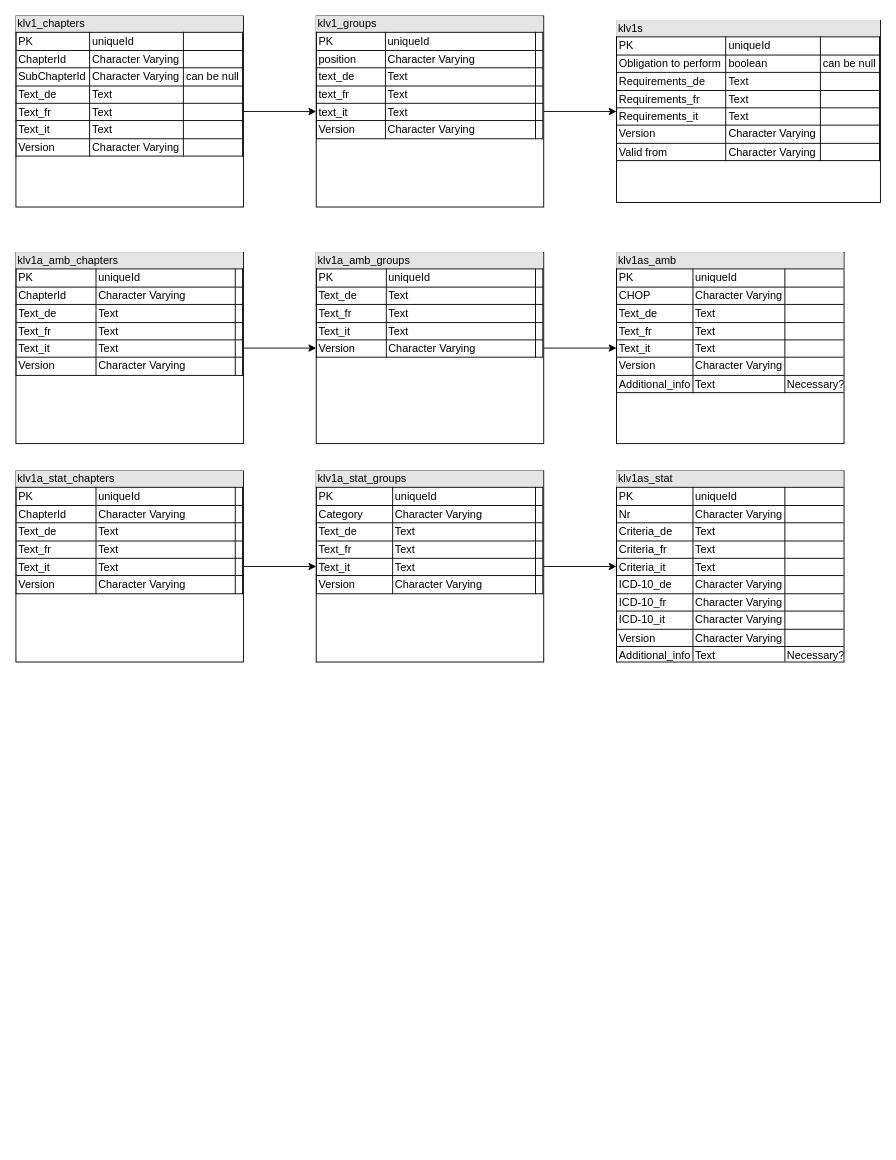
TheCodear/PSE-eonum-docrepo keeps this draw.io diagram as Dokumentation/diagrams/Untitled Diagram.drawio. Above is the earlier version. Source tidied: cells renumbered, new cells numbered last; positions are measured from the earlier drawing's top-left corner, leaving out a move shared by most shapes. Both pictures are drawn from the tidied source at 91%, with x=0, y=0 at pixel (15, 15).
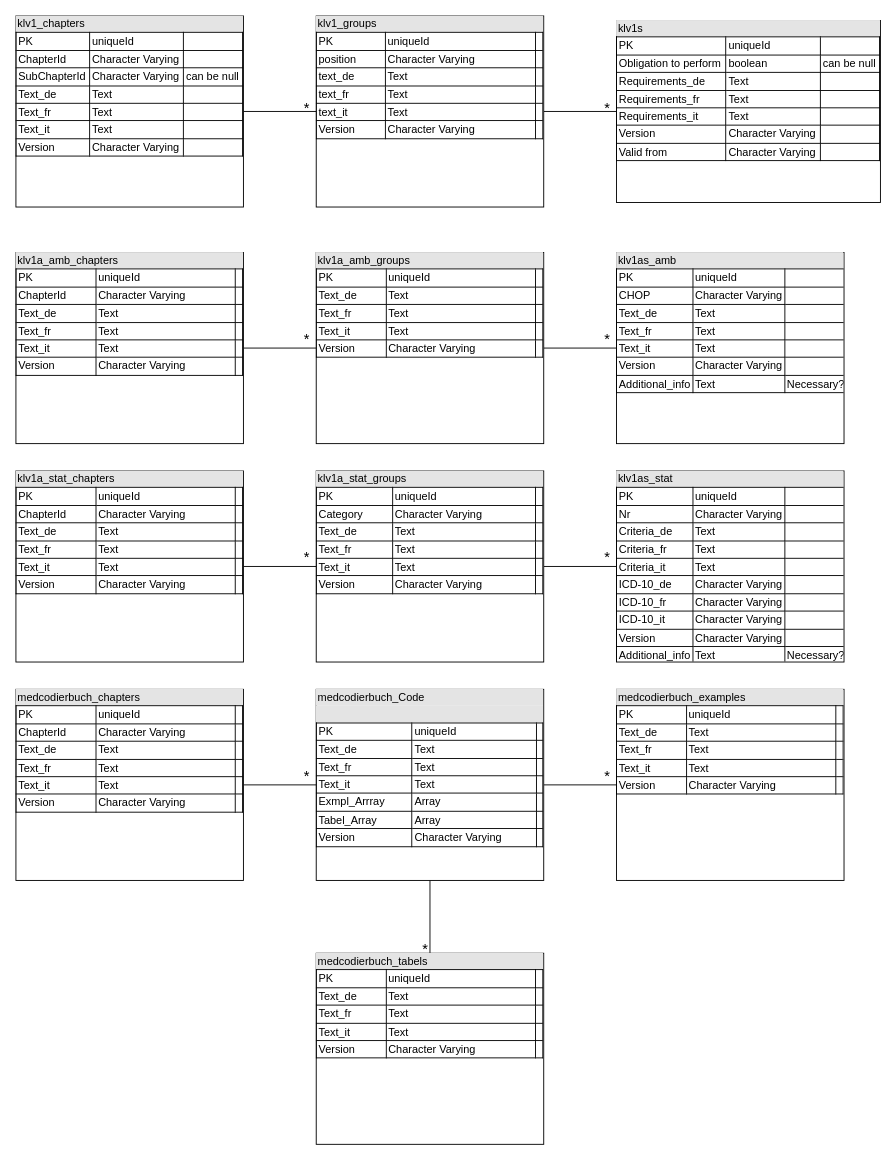
The same diagram, later.

Unchanged cells that the change refers to:
```xml
<mxCell id="3" value="&lt;div style=&quot;box-sizing: border-box ; width: 100% ; background: #e4e4e4 ; padding: 2px&quot;&gt;klv1_chapters&lt;/div&gt;&lt;table style=&quot;width: 100% ; font-size: 1em ; border: 1px solid rgb(0 , 0 , 0) ; border-collapse: collapse&quot; cellspacing=&quot;0&quot; cellpadding=&quot;2&quot; border=&quot;1&quot;&gt;&lt;tbody&gt;&lt;tr&gt;&lt;td&gt;PK&lt;/td&gt;&lt;td&gt;uniqueId&lt;/td&gt;&lt;td&gt;&lt;br&gt;&lt;/td&gt;&lt;/tr&gt;&lt;tr&gt;&lt;td&gt;ChapterId&lt;/td&gt;&lt;td&gt;Character Varying&lt;/td&gt;&lt;td&gt;&lt;br&gt;&lt;/td&gt;&lt;/tr&gt;&lt;tr&gt;&lt;td&gt;SubChapterId&lt;br&gt;&lt;/td&gt;&lt;td style=&quot;border-collapse: collapse&quot;&gt;Character Varying&lt;/td&gt;&lt;td&gt;can be null&lt;br&gt;&lt;/td&gt;&lt;/tr&gt;&lt;tr&gt;&lt;td&gt;Text_de&lt;br&gt;&lt;/td&gt;&lt;td&gt;Text&lt;br&gt;&lt;/td&gt;&lt;td&gt;&lt;br&gt;&lt;/td&gt;&lt;/tr&gt;&lt;tr&gt;&lt;td&gt;Text_fr&lt;br&gt;&lt;/td&gt;&lt;td&gt;Text&lt;br&gt;&lt;/td&gt;&lt;td&gt;&lt;br&gt;&lt;/td&gt;&lt;/tr&gt;&lt;tr&gt;&lt;td&gt;Text_it&lt;br&gt;&lt;/td&gt;&lt;td&gt;Text&lt;br&gt;&lt;/td&gt;&lt;td&gt;&lt;br&gt;&lt;/td&gt;&lt;/tr&gt;&lt;tr&gt;&lt;td&gt;Version&lt;br&gt;&lt;/td&gt;&lt;td&gt;Character Varying&lt;br&gt;&lt;/td&gt;&lt;td&gt;&lt;br&gt;&lt;/td&gt;&lt;/tr&gt;&lt;/tbody&gt;&lt;/table&gt;" style="verticalAlign=top;align=left;overflow=fill;html=1;" parent="1" vertex="1">
  <mxGeometry width="250" height="210" as="geometry" />
</mxCell>
<mxCell id="5" value="&lt;div style=&quot;box-sizing: border-box ; width: 100% ; background: #e4e4e4 ; padding: 2px&quot;&gt;klv1_groups&lt;/div&gt;&lt;table style=&quot;width: 100% ; font-size: 1em ; border: 1px solid rgb(0 , 0 , 0) ; border-collapse: collapse&quot; cellspacing=&quot;0&quot; cellpadding=&quot;2&quot; border=&quot;1&quot;&gt;&lt;tbody&gt;&lt;tr&gt;&lt;td&gt;PK&lt;/td&gt;&lt;td&gt;uniqueId&lt;/td&gt;&lt;td&gt;&lt;br&gt;&lt;/td&gt;&lt;/tr&gt;&lt;tr&gt;&lt;td&gt;position&lt;br&gt;&lt;/td&gt;&lt;td&gt;Character Varying&lt;br&gt;&lt;/td&gt;&lt;td&gt;&lt;br&gt;&lt;/td&gt;&lt;/tr&gt;&lt;tr&gt;&lt;td&gt;text_de&lt;br&gt;&lt;/td&gt;&lt;td style=&quot;border-collapse: collapse&quot;&gt;Text&lt;br&gt;&lt;/td&gt;&lt;td&gt;&lt;br&gt;&lt;/td&gt;&lt;/tr&gt;&lt;tr&gt;&lt;td&gt;text_fr&lt;br&gt;&lt;/td&gt;&lt;td&gt;Text&lt;br&gt;&lt;/td&gt;&lt;td&gt;&lt;br&gt;&lt;/td&gt;&lt;/tr&gt;&lt;tr&gt;&lt;td&gt;text_it&lt;br&gt;&lt;/td&gt;&lt;td&gt;Text&lt;br&gt;&lt;/td&gt;&lt;td&gt;&lt;br&gt;&lt;/td&gt;&lt;/tr&gt;&lt;tr&gt;&lt;td&gt;Version&lt;br&gt;&lt;/td&gt;&lt;td&gt;Character Varying&lt;br&gt;&lt;/td&gt;&lt;td&gt;&lt;br&gt;&lt;/td&gt;&lt;/tr&gt;&lt;/tbody&gt;&lt;/table&gt;" style="verticalAlign=top;align=left;overflow=fill;html=1;" parent="1" vertex="1">
  <mxGeometry x="330" width="250" height="210" as="geometry" />
</mxCell>
<mxCell id="6" value="&lt;div style=&quot;box-sizing: border-box ; width: 100% ; background: #e4e4e4 ; padding: 2px&quot;&gt;klv1s&lt;/div&gt;&lt;table style=&quot;width: 100% ; font-size: 1em ; border: 1px solid rgb(0 , 0 , 0) ; border-collapse: collapse&quot; cellspacing=&quot;0&quot; cellpadding=&quot;2&quot; border=&quot;1&quot;&gt;&lt;tbody&gt;&lt;tr&gt;&lt;td&gt;PK&lt;/td&gt;&lt;td&gt;uniqueId&lt;/td&gt;&lt;td&gt;&lt;br&gt;&lt;/td&gt;&lt;/tr&gt;&lt;tr&gt;&lt;td&gt;Obligation to perform&lt;br&gt;&lt;/td&gt;&lt;td&gt;boolean&lt;br&gt;&lt;/td&gt;&lt;td&gt;can be null&lt;br&gt;&lt;/td&gt;&lt;/tr&gt;&lt;tr&gt;&lt;td&gt;Requirements_de&lt;br&gt;&lt;/td&gt;&lt;td style=&quot;border-collapse: collapse&quot;&gt;Text&lt;br&gt;&lt;/td&gt;&lt;td&gt;&lt;br&gt;&lt;/td&gt;&lt;/tr&gt;&lt;tr&gt;&lt;td&gt;Requirements_fr&lt;br&gt;&lt;/td&gt;&lt;td&gt;Text&lt;br&gt;&lt;/td&gt;&lt;td&gt;&lt;br&gt;&lt;/td&gt;&lt;/tr&gt;&lt;tr&gt;&lt;td&gt;Requirements_it&lt;br&gt;&lt;/td&gt;&lt;td&gt;Text&lt;br&gt;&lt;/td&gt;&lt;td&gt;&lt;br&gt;&lt;/td&gt;&lt;/tr&gt;&lt;tr&gt;&lt;td&gt;Version&lt;br&gt;&lt;/td&gt;&lt;td&gt;Character Varying&lt;br&gt;&lt;/td&gt;&lt;td&gt;&lt;br&gt;&lt;/td&gt;&lt;/tr&gt;&lt;tr&gt;&lt;td&gt;Valid from&lt;br&gt;&lt;/td&gt;&lt;td&gt;Character Varying&lt;br&gt;&lt;/td&gt;&lt;td&gt;&lt;br&gt;&lt;/td&gt;&lt;/tr&gt;&lt;/tbody&gt;&lt;/table&gt;" style="verticalAlign=top;align=left;overflow=fill;html=1;" parent="1" vertex="1">
  <mxGeometry x="660" y="5" width="290" height="200" as="geometry" />
</mxCell>
<mxCell id="8" value="&lt;div style=&quot;box-sizing: border-box ; width: 100% ; background: #e4e4e4 ; padding: 2px&quot;&gt;klv1a_amb_chapters&lt;/div&gt;&lt;table style=&quot;width: 100% ; font-size: 1em ; border: 1px solid rgb(0 , 0 , 0) ; border-collapse: collapse&quot; cellspacing=&quot;0&quot; cellpadding=&quot;2&quot; border=&quot;1&quot;&gt;&lt;tbody&gt;&lt;tr&gt;&lt;td&gt;PK&lt;/td&gt;&lt;td&gt;uniqueId&lt;/td&gt;&lt;td&gt;&lt;br&gt;&lt;/td&gt;&lt;/tr&gt;&lt;tr&gt;&lt;td&gt;ChapterId&lt;/td&gt;&lt;td&gt;Character Varying&lt;/td&gt;&lt;td&gt;&lt;br&gt;&lt;/td&gt;&lt;/tr&gt;&lt;tr&gt;&lt;td&gt;Text_de&lt;br&gt;&lt;/td&gt;&lt;td&gt;Text&lt;br&gt;&lt;/td&gt;&lt;td&gt;&lt;br&gt;&lt;/td&gt;&lt;/tr&gt;&lt;tr&gt;&lt;td&gt;Text_fr&lt;br&gt;&lt;/td&gt;&lt;td&gt;Text&lt;br&gt;&lt;/td&gt;&lt;td&gt;&lt;br&gt;&lt;/td&gt;&lt;/tr&gt;&lt;tr&gt;&lt;td&gt;Text_it&lt;br&gt;&lt;/td&gt;&lt;td&gt;Text&lt;br&gt;&lt;/td&gt;&lt;td&gt;&lt;br&gt;&lt;/td&gt;&lt;/tr&gt;&lt;tr&gt;&lt;td&gt;Version&lt;br&gt;&lt;/td&gt;&lt;td&gt;Character Varying&lt;br&gt;&lt;/td&gt;&lt;td&gt;&lt;br&gt;&lt;/td&gt;&lt;/tr&gt;&lt;/tbody&gt;&lt;/table&gt;" style="verticalAlign=top;align=left;overflow=fill;html=1;" parent="1" vertex="1">
  <mxGeometry y="260" width="250" height="210" as="geometry" />
</mxCell>
<mxCell id="10" value="&lt;div style=&quot;box-sizing: border-box ; width: 100% ; background: #e4e4e4 ; padding: 2px&quot;&gt;klv1a_amb_groups&lt;/div&gt;&lt;table style=&quot;width: 100% ; font-size: 1em ; border: 1px solid rgb(0 , 0 , 0) ; border-collapse: collapse&quot; cellspacing=&quot;0&quot; cellpadding=&quot;2&quot; border=&quot;1&quot;&gt;&lt;tbody&gt;&lt;tr&gt;&lt;td&gt;PK&lt;/td&gt;&lt;td&gt;uniqueId&lt;/td&gt;&lt;td&gt;&lt;br&gt;&lt;/td&gt;&lt;/tr&gt;&lt;tr&gt;&lt;td&gt;Text_de&lt;br&gt;&lt;/td&gt;&lt;td&gt;Text&lt;br&gt;&lt;/td&gt;&lt;td&gt;&lt;br&gt;&lt;/td&gt;&lt;/tr&gt;&lt;tr&gt;&lt;td&gt;Text_fr&lt;br&gt;&lt;/td&gt;&lt;td&gt;Text&lt;br&gt;&lt;/td&gt;&lt;td&gt;&lt;br&gt;&lt;/td&gt;&lt;/tr&gt;&lt;tr&gt;&lt;td&gt;Text_it&lt;br&gt;&lt;/td&gt;&lt;td&gt;Text&lt;br&gt;&lt;/td&gt;&lt;td&gt;&lt;br&gt;&lt;/td&gt;&lt;/tr&gt;&lt;tr&gt;&lt;td&gt;Version&lt;br&gt;&lt;/td&gt;&lt;td&gt;Character Varying&lt;br&gt;&lt;/td&gt;&lt;td&gt;&lt;br&gt;&lt;/td&gt;&lt;/tr&gt;&lt;/tbody&gt;&lt;/table&gt;" style="verticalAlign=top;align=left;overflow=fill;html=1;" parent="1" vertex="1">
  <mxGeometry x="330" y="260" width="250" height="210" as="geometry" />
</mxCell>
<mxCell id="11" value="&lt;div style=&quot;box-sizing: border-box ; width: 100% ; background: #e4e4e4 ; padding: 2px&quot;&gt;klv1as_amb&lt;/div&gt;&lt;table style=&quot;width: 100% ; font-size: 1em ; border: 1px solid rgb(0 , 0 , 0) ; border-collapse: collapse&quot; cellspacing=&quot;0&quot; cellpadding=&quot;2&quot; border=&quot;1&quot;&gt;&lt;tbody&gt;&lt;tr&gt;&lt;td&gt;PK&lt;/td&gt;&lt;td&gt;uniqueId&lt;/td&gt;&lt;td&gt;&lt;br&gt;&lt;/td&gt;&lt;/tr&gt;&lt;tr&gt;&lt;td&gt;CHOP&lt;br&gt;&lt;/td&gt;&lt;td&gt;Character Varying&lt;br&gt;&lt;/td&gt;&lt;td&gt;&lt;br&gt;&lt;/td&gt;&lt;/tr&gt;&lt;tr&gt;&lt;td&gt;Text_de&lt;br&gt;&lt;/td&gt;&lt;td&gt;Text&lt;br&gt;&lt;/td&gt;&lt;td&gt;&lt;br&gt;&lt;/td&gt;&lt;/tr&gt;&lt;tr&gt;&lt;td&gt;Text_fr&lt;br&gt;&lt;/td&gt;&lt;td&gt;Text&lt;br&gt;&lt;/td&gt;&lt;td&gt;&lt;br&gt;&lt;/td&gt;&lt;/tr&gt;&lt;tr&gt;&lt;td&gt;Text_it&lt;br&gt;&lt;/td&gt;&lt;td&gt;Text&lt;br&gt;&lt;/td&gt;&lt;td&gt;&lt;br&gt;&lt;/td&gt;&lt;/tr&gt;&lt;tr&gt;&lt;td&gt;Version&lt;br&gt;&lt;/td&gt;&lt;td&gt;Character Varying&lt;br&gt;&lt;/td&gt;&lt;td&gt;&lt;br&gt;&lt;/td&gt;&lt;/tr&gt;&lt;tr&gt;&lt;td&gt;Additional_info&lt;br&gt;&lt;/td&gt;&lt;td&gt;Text&lt;br&gt;&lt;/td&gt;&lt;td&gt;Necessary?&lt;br&gt;&lt;/td&gt;&lt;/tr&gt;&lt;/tbody&gt;&lt;/table&gt;" style="verticalAlign=top;align=left;overflow=fill;html=1;" parent="1" vertex="1">
  <mxGeometry x="660" y="260" width="250" height="210" as="geometry" />
</mxCell>
<mxCell id="13" value="&lt;div style=&quot;box-sizing: border-box ; width: 100% ; background: #e4e4e4 ; padding: 2px&quot;&gt;klv1a_stat_chapters&lt;/div&gt;&lt;table style=&quot;width: 100% ; font-size: 1em ; border: 1px solid rgb(0 , 0 , 0) ; border-collapse: collapse&quot; cellspacing=&quot;0&quot; cellpadding=&quot;2&quot; border=&quot;1&quot;&gt;&lt;tbody&gt;&lt;tr&gt;&lt;td&gt;PK&lt;/td&gt;&lt;td&gt;uniqueId&lt;/td&gt;&lt;td&gt;&lt;br&gt;&lt;/td&gt;&lt;/tr&gt;&lt;tr&gt;&lt;td&gt;ChapterId&lt;/td&gt;&lt;td&gt;Character Varying&lt;/td&gt;&lt;td&gt;&lt;br&gt;&lt;/td&gt;&lt;/tr&gt;&lt;tr&gt;&lt;td&gt;Text_de&lt;br&gt;&lt;/td&gt;&lt;td&gt;Text&lt;br&gt;&lt;/td&gt;&lt;td&gt;&lt;br&gt;&lt;/td&gt;&lt;/tr&gt;&lt;tr&gt;&lt;td&gt;Text_fr&lt;br&gt;&lt;/td&gt;&lt;td&gt;Text&lt;br&gt;&lt;/td&gt;&lt;td&gt;&lt;br&gt;&lt;/td&gt;&lt;/tr&gt;&lt;tr&gt;&lt;td&gt;Text_it&lt;br&gt;&lt;/td&gt;&lt;td&gt;Text&lt;br&gt;&lt;/td&gt;&lt;td&gt;&lt;br&gt;&lt;/td&gt;&lt;/tr&gt;&lt;tr&gt;&lt;td&gt;Version&lt;br&gt;&lt;/td&gt;&lt;td&gt;Character Varying&lt;br&gt;&lt;/td&gt;&lt;td&gt;&lt;br&gt;&lt;/td&gt;&lt;/tr&gt;&lt;/tbody&gt;&lt;/table&gt;" style="verticalAlign=top;align=left;overflow=fill;html=1;" parent="1" vertex="1">
  <mxGeometry y="500" width="250" height="210" as="geometry" />
</mxCell>
<mxCell id="15" value="&lt;div style=&quot;box-sizing: border-box ; width: 100% ; background: #e4e4e4 ; padding: 2px&quot;&gt;klv1a_stat_groups&lt;/div&gt;&lt;table style=&quot;width: 100% ; font-size: 1em ; border: 1px solid rgb(0 , 0 , 0) ; border-collapse: collapse&quot; cellspacing=&quot;0&quot; cellpadding=&quot;2&quot; border=&quot;1&quot;&gt;&lt;tbody&gt;&lt;tr&gt;&lt;td&gt;PK&lt;/td&gt;&lt;td&gt;uniqueId&lt;/td&gt;&lt;td&gt;&lt;br&gt;&lt;/td&gt;&lt;/tr&gt;&lt;tr&gt;&lt;td&gt;Category&lt;br&gt;&lt;/td&gt;&lt;td&gt;Character Varying&lt;br&gt;&lt;/td&gt;&lt;td&gt;&lt;br&gt;&lt;/td&gt;&lt;/tr&gt;&lt;tr&gt;&lt;td&gt;Text_de&lt;br&gt;&lt;/td&gt;&lt;td&gt;Text&lt;br&gt;&lt;/td&gt;&lt;td&gt;&lt;br&gt;&lt;/td&gt;&lt;/tr&gt;&lt;tr&gt;&lt;td&gt;Text_fr&lt;br&gt;&lt;/td&gt;&lt;td&gt;Text&lt;br&gt;&lt;/td&gt;&lt;td&gt;&lt;br&gt;&lt;/td&gt;&lt;/tr&gt;&lt;tr&gt;&lt;td&gt;Text_it&lt;br&gt;&lt;/td&gt;&lt;td&gt;Text&lt;br&gt;&lt;/td&gt;&lt;td&gt;&lt;br&gt;&lt;/td&gt;&lt;/tr&gt;&lt;tr&gt;&lt;td&gt;Version&lt;br&gt;&lt;/td&gt;&lt;td&gt;Character Varying&lt;br&gt;&lt;/td&gt;&lt;td&gt;&lt;br&gt;&lt;/td&gt;&lt;/tr&gt;&lt;/tbody&gt;&lt;/table&gt;" style="verticalAlign=top;align=left;overflow=fill;html=1;" parent="1" vertex="1">
  <mxGeometry x="330" y="500" width="250" height="210" as="geometry" />
</mxCell>
<mxCell id="16" value="&lt;div style=&quot;box-sizing: border-box ; width: 100% ; background: #e4e4e4 ; padding: 2px&quot;&gt;klv1as_stat&lt;/div&gt;&lt;table style=&quot;width: 100% ; font-size: 1em ; border: 1px solid rgb(0 , 0 , 0) ; border-collapse: collapse&quot; cellspacing=&quot;0&quot; cellpadding=&quot;2&quot; border=&quot;1&quot;&gt;&lt;tbody&gt;&lt;tr&gt;&lt;td&gt;PK&lt;/td&gt;&lt;td&gt;uniqueId&lt;/td&gt;&lt;td&gt;&lt;br&gt;&lt;/td&gt;&lt;/tr&gt;&lt;tr&gt;&lt;td&gt;Nr&lt;br&gt;&lt;/td&gt;&lt;td&gt;Character Varying&lt;br&gt;&lt;/td&gt;&lt;td&gt;&lt;br&gt;&lt;/td&gt;&lt;/tr&gt;&lt;tr&gt;&lt;td&gt;Criteria_de&lt;br&gt;&lt;/td&gt;&lt;td&gt;Text&lt;br&gt;&lt;/td&gt;&lt;td&gt;&lt;br&gt;&lt;/td&gt;&lt;/tr&gt;&lt;tr&gt;&lt;td&gt;Criteria_fr&lt;/td&gt;&lt;td&gt;Text&lt;br&gt;&lt;/td&gt;&lt;td&gt;&lt;br&gt;&lt;/td&gt;&lt;/tr&gt;&lt;tr&gt;&lt;td&gt;Criteria_it&lt;/td&gt;&lt;td&gt;Text&lt;br&gt;&lt;/td&gt;&lt;td&gt;&lt;br&gt;&lt;/td&gt;&lt;/tr&gt;&lt;tr&gt;&lt;td&gt;ICD-10_de&lt;br&gt;&lt;/td&gt;&lt;td&gt;Character Varying&lt;br&gt;&lt;/td&gt;&lt;td&gt;&lt;br&gt;&lt;/td&gt;&lt;/tr&gt;&lt;tr&gt;&lt;td&gt;ICD-10_fr&lt;/td&gt;&lt;td&gt;Character Varying&lt;/td&gt;&lt;td&gt;&lt;br&gt;&lt;/td&gt;&lt;/tr&gt;&lt;tr&gt;&lt;td&gt;ICD-10_it&lt;/td&gt;&lt;td&gt;Character Varying&lt;/td&gt;&lt;td&gt;&lt;br&gt;&lt;/td&gt;&lt;/tr&gt;&lt;tr&gt;&lt;td&gt;Version&lt;br&gt;&lt;/td&gt;&lt;td&gt;Character Varying&lt;br&gt;&lt;/td&gt;&lt;td&gt;&lt;br&gt;&lt;/td&gt;&lt;/tr&gt;&lt;tr&gt;&lt;td&gt;Additional_info&lt;/td&gt;&lt;td&gt;Text&lt;br&gt;&lt;/td&gt;&lt;td&gt;Necessary?&lt;/td&gt;&lt;/tr&gt;&lt;/tbody&gt;&lt;/table&gt;" style="verticalAlign=top;align=left;overflow=fill;html=1;" parent="1" vertex="1">
  <mxGeometry x="660" y="500" width="250" height="210" as="geometry" />
</mxCell>
```

Change to the diagram source:
```diff
@@
-    <mxCell id="2" style="edgeStyle=orthogonalEdgeStyle;rounded=0;jettySize=auto;html=1;" parent="1" edge="1" source="3" target="5">
+    <mxCell id="2" style="edgeStyle=orthogonalEdgeStyle;rounded=0;jettySize=auto;html=1;endArrow=none;endFill=0;" parent="1" edge="1" source="3" target="5">
       <mxGeometry relative="1" as="geometry" />
     </mxCell>
@@
-    <mxCell id="4" style="edgeStyle=orthogonalEdgeStyle;rounded=0;jettySize=auto;html=1;" parent="1" edge="1" source="5" target="6">
+    <mxCell id="4" style="edgeStyle=orthogonalEdgeStyle;rounded=0;jettySize=auto;html=1;endArrow=none;endFill=0;" parent="1" edge="1" source="5" target="6">
       <mxGeometry relative="1" as="geometry" />
     </mxCell>
@@
-    <mxCell id="7" style="edgeStyle=orthogonalEdgeStyle;rounded=0;jettySize=auto;html=1;" parent="1" edge="1" source="8" target="10">
+    <mxCell id="7" style="edgeStyle=orthogonalEdgeStyle;rounded=0;jettySize=auto;html=1;endArrow=none;endFill=0;" parent="1" edge="1" source="8" target="10">
       <mxGeometry relative="1" as="geometry" />
     </mxCell>
@@
-    <mxCell id="9" style="edgeStyle=orthogonalEdgeStyle;rounded=0;jettySize=auto;html=1;" parent="1" edge="1" source="10" target="11">
+    <mxCell id="9" style="edgeStyle=orthogonalEdgeStyle;rounded=0;jettySize=auto;html=1;endArrow=none;endFill=0;" parent="1" edge="1" source="10" target="11">
       <mxGeometry relative="1" as="geometry" />
     </mxCell>
@@
-    <mxCell id="12" style="edgeStyle=orthogonalEdgeStyle;rounded=0;jettySize=auto;html=1;" parent="1" edge="1" source="13" target="15">
+    <mxCell id="12" style="edgeStyle=orthogonalEdgeStyle;rounded=0;jettySize=auto;html=1;endArrow=none;endFill=0;" parent="1" edge="1" source="13" target="15">
       <mxGeometry relative="1" as="geometry" />
     </mxCell>
@@
-    <mxCell id="14" style="edgeStyle=orthogonalEdgeStyle;rounded=0;jettySize=auto;html=1;" parent="1" edge="1" source="15" target="16">
+    <mxCell id="14" style="edgeStyle=orthogonalEdgeStyle;rounded=0;jettySize=auto;html=1;endArrow=none;endFill=0;" parent="1" edge="1" source="15" target="16">
       <mxGeometry relative="1" as="geometry" />
     </mxCell>
@@
+    <mxCell id="17" style="edgeStyle=orthogonalEdgeStyle;rounded=0;jettySize=auto;html=1;endArrow=none;endFill=0;" parent="1" edge="1" source="18" target="21">
+      <mxGeometry relative="1" as="geometry" />
+    </mxCell>
+    <mxCell id="18" value="&lt;div style=&quot;box-sizing: border-box ; width: 100% ; background: #e4e4e4 ; padding: 2px&quot;&gt;medcodierbuch_chapters&lt;/div&gt;&lt;table style=&quot;width: 100% ; font-size: 1em ; border: 1px solid rgb(0 , 0 , 0) ; border-collapse: collapse&quot; cellspacing=&quot;0&quot; cellpadding=&quot;2&quot; border=&quot;1&quot;&gt;&lt;tbody&gt;&lt;tr&gt;&lt;td&gt;PK&lt;/td&gt;&lt;td&gt;uniqueId&lt;/td&gt;&lt;td&gt;&lt;br&gt;&lt;/td&gt;&lt;/tr&gt;&lt;tr&gt;&lt;td&gt;ChapterId&lt;/td&gt;&lt;td&gt;Character Varying&lt;/td&gt;&lt;td&gt;&lt;br&gt;&lt;/td&gt;&lt;/tr&gt;&lt;tr&gt;&lt;td&gt;Text_de&lt;br&gt;&lt;/td&gt;&lt;td&gt;Text&lt;br&gt;&lt;/td&gt;&lt;td&gt;&lt;br&gt;&lt;/td&gt;&lt;/tr&gt;&lt;tr&gt;&lt;td&gt;Text_fr&lt;br&gt;&lt;/td&gt;&lt;td&gt;Text&lt;br&gt;&lt;/td&gt;&lt;td&gt;&lt;br&gt;&lt;/td&gt;&lt;/tr&gt;&lt;tr&gt;&lt;td&gt;Text_it&lt;br&gt;&lt;/td&gt;&lt;td&gt;Text&lt;br&gt;&lt;/td&gt;&lt;td&gt;&lt;br&gt;&lt;/td&gt;&lt;/tr&gt;&lt;tr&gt;&lt;td&gt;Version&lt;br&gt;&lt;/td&gt;&lt;td&gt;Character Varying&lt;br&gt;&lt;/td&gt;&lt;td&gt;&lt;br&gt;&lt;/td&gt;&lt;/tr&gt;&lt;/tbody&gt;&lt;/table&gt;" style="verticalAlign=top;align=left;overflow=fill;html=1;" parent="1" vertex="1">
+      <mxGeometry y="740" width="250" height="210" as="geometry" />
+    </mxCell>
+    <mxCell id="19" style="edgeStyle=orthogonalEdgeStyle;rounded=0;jettySize=auto;html=1;endArrow=none;endFill=0;" parent="1" edge="1" source="21" target="22">
+      <mxGeometry relative="1" as="geometry" />
+    </mxCell>
+    <mxCell id="20" style="edgeStyle=orthogonalEdgeStyle;rounded=0;jettySize=auto;html=1;endArrow=none;endFill=0;" parent="1" edge="1" source="21" target="23">
+      <mxGeometry relative="1" as="geometry" />
+    </mxCell>
+    <mxCell id="21" value="&lt;div style=&quot;box-sizing: border-box ; width: 100% ; background: #e4e4e4 ; padding: 2px&quot;&gt;medcodierbuch_Code&lt;/div&gt;&lt;div style=&quot;box-sizing: border-box ; width: 100% ; background: #e4e4e4 ; padding: 2px&quot;&gt;&lt;br&gt;&lt;/div&gt;&lt;table style=&quot;width: 100% ; font-size: 1em ; border: 1px solid rgb(0 , 0 , 0) ; border-collapse: collapse&quot; cellspacing=&quot;0&quot; cellpadding=&quot;2&quot; border=&quot;1&quot;&gt;&lt;tbody&gt;&lt;tr&gt;&lt;td&gt;PK&lt;/td&gt;&lt;td&gt;uniqueId&lt;/td&gt;&lt;td&gt;&lt;br&gt;&lt;/td&gt;&lt;/tr&gt;&lt;tr&gt;&lt;td&gt;Text_de&lt;br&gt;&lt;/td&gt;&lt;td&gt;Text&lt;br&gt;&lt;/td&gt;&lt;td&gt;&lt;br&gt;&lt;/td&gt;&lt;/tr&gt;&lt;tr&gt;&lt;td&gt;Text_fr&lt;br&gt;&lt;/td&gt;&lt;td&gt;Text&lt;br&gt;&lt;/td&gt;&lt;td&gt;&lt;br&gt;&lt;/td&gt;&lt;/tr&gt;&lt;tr&gt;&lt;td&gt;Text_it&lt;br&gt;&lt;/td&gt;&lt;td&gt;Text&lt;br&gt;&lt;/td&gt;&lt;td&gt;&lt;br&gt;&lt;/td&gt;&lt;/tr&gt;&lt;tr&gt;&lt;td&gt;Exmpl_Arrray&lt;br&gt;&lt;/td&gt;&lt;td&gt;Array&lt;br&gt;&lt;/td&gt;&lt;td&gt;&lt;br&gt;&lt;/td&gt;&lt;/tr&gt;&lt;tr&gt;&lt;td&gt;Tabel_Array&lt;br&gt;&lt;/td&gt;&lt;td&gt;Array&lt;br&gt;&lt;/td&gt;&lt;td&gt;&lt;br&gt;&lt;/td&gt;&lt;/tr&gt;&lt;tr&gt;&lt;td&gt;Version&lt;br&gt;&lt;/td&gt;&lt;td&gt;Character Varying&lt;br&gt;&lt;/td&gt;&lt;td&gt;&lt;br&gt;&lt;/td&gt;&lt;/tr&gt;&lt;/tbody&gt;&lt;/table&gt;" style="verticalAlign=top;align=left;overflow=fill;html=1;" parent="1" vertex="1">
+      <mxGeometry x="330" y="740" width="250" height="210" as="geometry" />
+    </mxCell>
+    <mxCell id="22" value="&lt;div style=&quot;box-sizing: border-box ; width: 100% ; background: #e4e4e4 ; padding: 2px&quot;&gt;medcodierbuch_examples&lt;/div&gt;&lt;table style=&quot;width: 100% ; font-size: 1em ; border: 1px solid rgb(0 , 0 , 0) ; border-collapse: collapse&quot; cellspacing=&quot;0&quot; cellpadding=&quot;2&quot; border=&quot;1&quot;&gt;&lt;tbody&gt;&lt;tr&gt;&lt;td&gt;PK&lt;/td&gt;&lt;td&gt;uniqueId&lt;/td&gt;&lt;td&gt;&lt;br&gt;&lt;/td&gt;&lt;/tr&gt;&lt;tr&gt;&lt;td&gt;Text_de&lt;br&gt;&lt;/td&gt;&lt;td&gt;Text&lt;br&gt;&lt;/td&gt;&lt;td&gt;&lt;br&gt;&lt;/td&gt;&lt;/tr&gt;&lt;tr&gt;&lt;td&gt;Text_fr&lt;br&gt;&lt;/td&gt;&lt;td&gt;Text&lt;br&gt;&lt;/td&gt;&lt;td&gt;&lt;br&gt;&lt;/td&gt;&lt;/tr&gt;&lt;tr&gt;&lt;td&gt;Text_it&lt;br&gt;&lt;/td&gt;&lt;td&gt;Text&lt;br&gt;&lt;/td&gt;&lt;td&gt;&lt;br&gt;&lt;/td&gt;&lt;/tr&gt;&lt;tr&gt;&lt;td&gt;Version&lt;br&gt;&lt;/td&gt;&lt;td&gt;Character Varying&lt;br&gt;&lt;/td&gt;&lt;td&gt;&lt;br&gt;&lt;/td&gt;&lt;/tr&gt;&lt;/tbody&gt;&lt;/table&gt;" style="verticalAlign=top;align=left;overflow=fill;html=1;" parent="1" vertex="1">
+      <mxGeometry x="660" y="740" width="250" height="210" as="geometry" />
+    </mxCell>
+    <mxCell id="23" value="&lt;div style=&quot;box-sizing: border-box ; width: 100% ; background: #e4e4e4 ; padding: 2px&quot;&gt;medcodierbuch_tabels&lt;/div&gt;&lt;table style=&quot;width: 100% ; font-size: 1em ; border: 1px solid rgb(0 , 0 , 0) ; border-collapse: collapse&quot; cellspacing=&quot;0&quot; cellpadding=&quot;2&quot; border=&quot;1&quot;&gt;&lt;tbody&gt;&lt;tr&gt;&lt;td&gt;PK&lt;/td&gt;&lt;td&gt;uniqueId&lt;/td&gt;&lt;td&gt;&lt;br&gt;&lt;/td&gt;&lt;/tr&gt;&lt;tr&gt;&lt;td&gt;Text_de&lt;br&gt;&lt;/td&gt;&lt;td&gt;Text&lt;br&gt;&lt;/td&gt;&lt;td&gt;&lt;br&gt;&lt;/td&gt;&lt;/tr&gt;&lt;tr&gt;&lt;td&gt;Text_fr&lt;br&gt;&lt;/td&gt;&lt;td&gt;Text&lt;br&gt;&lt;/td&gt;&lt;td&gt;&lt;br&gt;&lt;/td&gt;&lt;/tr&gt;&lt;tr&gt;&lt;td&gt;Text_it&lt;br&gt;&lt;/td&gt;&lt;td&gt;Text&lt;br&gt;&lt;/td&gt;&lt;td&gt;&lt;br&gt;&lt;/td&gt;&lt;/tr&gt;&lt;tr&gt;&lt;td&gt;Version&lt;br&gt;&lt;/td&gt;&lt;td&gt;Character Varying&lt;br&gt;&lt;/td&gt;&lt;td&gt;&lt;br&gt;&lt;/td&gt;&lt;/tr&gt;&lt;/tbody&gt;&lt;/table&gt;" style="verticalAlign=top;align=left;overflow=fill;html=1;" parent="1" vertex="1">
+      <mxGeometry x="330" y="1030" width="250" height="210" as="geometry" />
+    </mxCell>
+    <mxCell id="24" value="&lt;font style=&quot;font-size: 16px&quot;&gt;*&lt;/font&gt;" style="rounded=0;whiteSpace=wrap;html=1;fillColor=none;strokeColor=none;" parent="1" vertex="1">
+      <mxGeometry x="300" y="86" width="40" height="30" as="geometry" />
+    </mxCell>
+    <mxCell id="25" value="&lt;font style=&quot;font-size: 16px&quot;&gt;*&lt;/font&gt;" style="rounded=0;whiteSpace=wrap;html=1;fillColor=none;strokeColor=none;" parent="1" vertex="1">
+      <mxGeometry x="630" y="86" width="40" height="30" as="geometry" />
+    </mxCell>
+    <mxCell id="26" value="&lt;font style=&quot;font-size: 16px&quot;&gt;*&lt;/font&gt;" style="rounded=0;whiteSpace=wrap;html=1;fillColor=none;strokeColor=none;" parent="1" vertex="1">
+      <mxGeometry x="300" y="340" width="40" height="30" as="geometry" />
+    </mxCell>
+    <mxCell id="27" value="&lt;font style=&quot;font-size: 16px&quot;&gt;*&lt;/font&gt;" style="rounded=0;whiteSpace=wrap;html=1;fillColor=none;strokeColor=none;" parent="1" vertex="1">
+      <mxGeometry x="630" y="340" width="40" height="30" as="geometry" />
+    </mxCell>
+    <mxCell id="28" value="&lt;font style=&quot;font-size: 16px&quot;&gt;*&lt;/font&gt;" style="rounded=0;whiteSpace=wrap;html=1;fillColor=none;strokeColor=none;" parent="1" vertex="1">
+      <mxGeometry x="300" y="580" width="40" height="30" as="geometry" />
+    </mxCell>
+    <mxCell id="29" value="&lt;font style=&quot;font-size: 16px&quot;&gt;*&lt;/font&gt;" style="rounded=0;whiteSpace=wrap;html=1;fillColor=none;strokeColor=none;" parent="1" vertex="1">
+      <mxGeometry x="630" y="580" width="40" height="30" as="geometry" />
+    </mxCell>
+    <mxCell id="30" value="&lt;font style=&quot;font-size: 16px&quot;&gt;*&lt;/font&gt;" style="rounded=0;whiteSpace=wrap;html=1;fillColor=none;strokeColor=none;" parent="1" vertex="1">
+      <mxGeometry x="300" y="820" width="40" height="30" as="geometry" />
+    </mxCell>
+    <mxCell id="31" value="&lt;font style=&quot;font-size: 16px&quot;&gt;*&lt;/font&gt;" style="rounded=0;whiteSpace=wrap;html=1;fillColor=none;strokeColor=none;" parent="1" vertex="1">
+      <mxGeometry x="630" y="820" width="40" height="30" as="geometry" />
+    </mxCell>
+    <mxCell id="32" value="&lt;font style=&quot;font-size: 16px&quot;&gt;*&lt;/font&gt;" style="rounded=0;whiteSpace=wrap;html=1;fillColor=none;strokeColor=none;" parent="1" vertex="1">
+      <mxGeometry x="430" y="1010" width="40" height="30" as="geometry" />
+    </mxCell>
```
